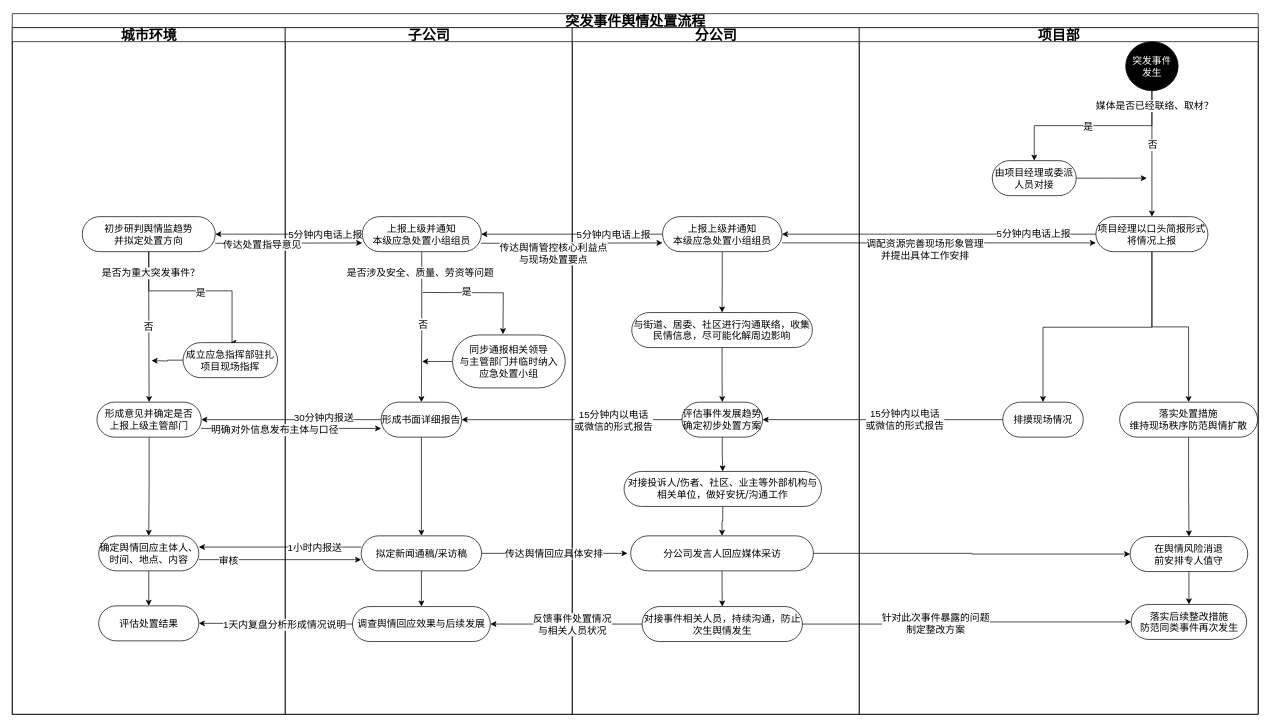
This is 未命名绘图.drawio from neo1994ko/ESJZone-novel-mirror, a draw.io file, before an edit. Source tidied: cells renumbered, new cells numbered last; positions are measured from the earlier drawing's top-left corner, leaving out a move shared by most shapes. Both pictures are drawn from the tidied source at 70%, with x=0, y=0 at pixel (12, 13).
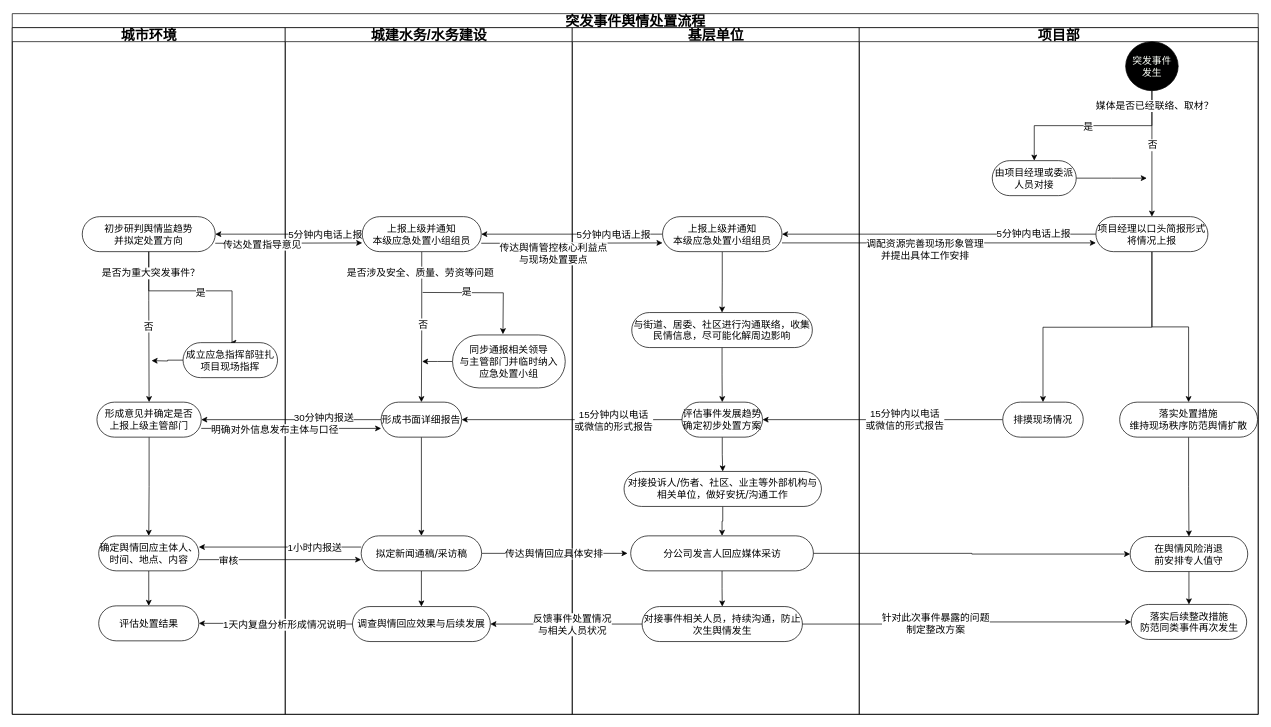
The same page after the edit.

Commit message (it also covers changes not shown here):
更新未命名绘图.drawio

Unchanged cells that the change refers to:
```xml
<mxCell id="2" value="突发事件舆情处置流程" style="swimlane;html=1;startSize=20;rounded=0;shadow=0;comic=0;labelBackgroundColor=none;strokeWidth=1;fontFamily=Verdana;fontSize=20;align=center;spacingTop=0;spacingBottom=0;" parent="1" vertex="1">
  <mxGeometry width="1780" height="1001" as="geometry" />
</mxCell>
```

Change to the diagram source:
```diff
@@
-    <mxCell id="29" value="子公司" style="swimlane;html=1;startSize=20;fontSize=20;" parent="2" vertex="1">
+    <mxCell id="29" value="城建水务/水务建设" style="swimlane;html=1;startSize=20;fontSize=20;" parent="2" vertex="1">
       <mxGeometry x="390" y="20" width="410" height="981" as="geometry" />
     </mxCell>
@@
-    <mxCell id="49" value="分公司" style="swimlane;html=1;startSize=20;fontSize=20;" parent="2" vertex="1">
+    <mxCell id="49" value="基层单位" style="swimlane;html=1;startSize=20;fontSize=20;" parent="2" vertex="1">
       <mxGeometry x="800" y="20" width="410" height="981" as="geometry" />
     </mxCell>
```
